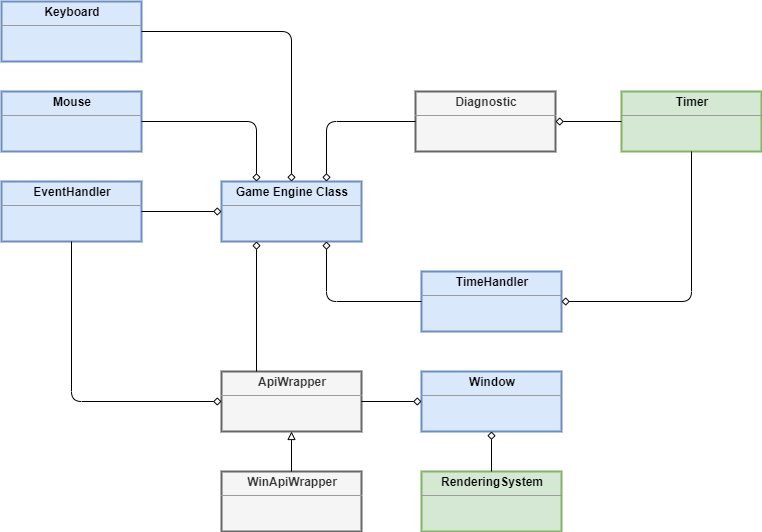
The draw.io diagram docs/images/uml-game-engine.png in Keshizin/tcc-bpmge, before a commit. Source tidied: cells renumbered, new cells last; positions are measured from the earlier drawing's top-left corner, leaving out a move shared by most shapes.
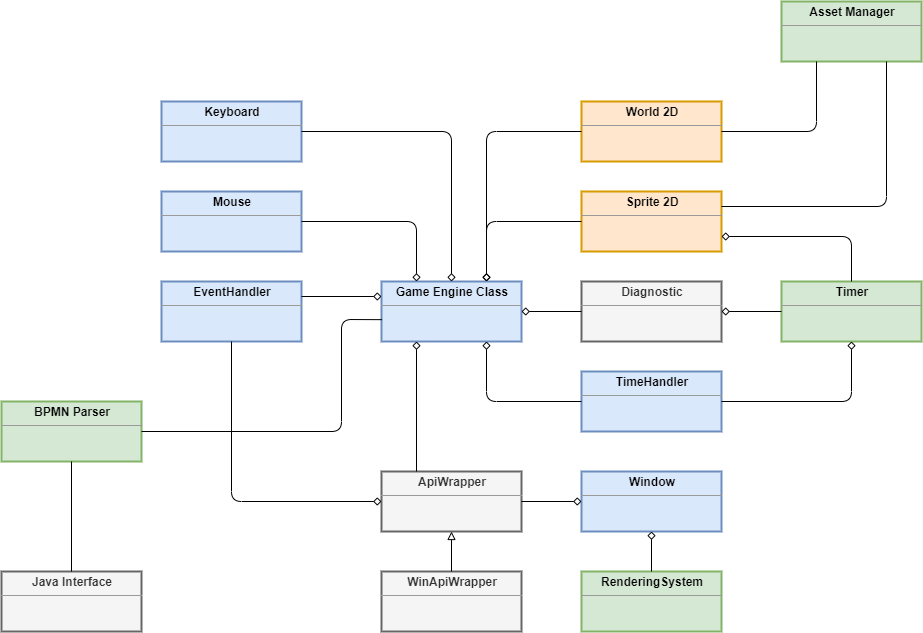
Above is the later version.

The edit, as a diff of the source:
```diff
@@ -15,18 +15,18 @@
       <mxGeometry y="180" width="140" height="60" as="geometry" />
     </mxCell>
     <mxCell id="6" value="&lt;p style=&quot;margin: 0px ; margin-top: 4px ; text-align: center&quot;&gt;&lt;b&gt;Diagnostic&lt;/b&gt;&lt;/p&gt;&lt;hr size=&quot;1&quot;&gt;&lt;div style=&quot;height: 2px&quot;&gt;&lt;/div&gt;" style="verticalAlign=top;align=left;overflow=fill;fontSize=12;fontFamily=Helvetica;html=1;fillColor=#f5f5f5;strokeColor=#666666;fontColor=#333333;strokeWidth=2;" parent="1" vertex="1">
-      <mxGeometry x="414" y="90" width="140" height="60" as="geometry" />
+      <mxGeometry x="420" y="180" width="140" height="60" as="geometry" />
     </mxCell>
     <mxCell id="7" value="&lt;p style=&quot;margin: 0px ; margin-top: 4px ; text-align: center&quot;&gt;&lt;b&gt;WinApiWrapper&lt;/b&gt;&lt;/p&gt;&lt;hr size=&quot;1&quot;&gt;&lt;div style=&quot;height: 2px&quot;&gt;&lt;/div&gt;" style="verticalAlign=top;align=left;overflow=fill;fontSize=12;fontFamily=Helvetica;html=1;fillColor=#f5f5f5;strokeColor=#666666;fontColor=#333333;strokeWidth=2;" parent="1" vertex="1">
       <mxGeometry x="220" y="470" width="140" height="60" as="geometry" />
     </mxCell>
     <mxCell id="8" value="&lt;p style=&quot;margin: 0px ; margin-top: 4px ; text-align: center&quot;&gt;&lt;b&gt;Timer&lt;/b&gt;&lt;/p&gt;&lt;hr size=&quot;1&quot;&gt;&lt;div style=&quot;height: 2px&quot;&gt;&lt;/div&gt;" style="verticalAlign=top;align=left;overflow=fill;fontSize=12;fontFamily=Helvetica;html=1;fillColor=#d5e8d4;strokeColor=#82b366;strokeWidth=2;" parent="1" vertex="1">
-      <mxGeometry x="620" y="90" width="140" height="60" as="geometry" />
+      <mxGeometry x="620" y="180" width="140" height="60" as="geometry" />
     </mxCell>
     <mxCell id="9" style="endArrow=diamond;html=1;exitX=0.25;exitY=0;exitDx=0;exitDy=0;endFill=0;entryX=0.25;entryY=1;entryDx=0;entryDy=0;" parent="1" edge="1" source="4" target="3">
       <mxGeometry relative="1" as="geometry" />
     </mxCell>
-    <mxCell id="10" style="endArrow=diamond;html=1;exitX=1;exitY=0.5;exitDx=0;exitDy=0;entryX=0;entryY=0.5;entryDx=0;entryDy=0;endFill=0;" parent="1" edge="1" source="5" target="3">
+    <mxCell id="10" style="endArrow=diamond;html=1;exitX=1;exitY=0.25;exitDx=0;exitDy=0;entryX=0;entryY=0.25;entryDx=0;entryDy=0;endFill=0;" parent="1" edge="1" source="5" target="3">
       <mxGeometry relative="1" as="geometry" />
     </mxCell>
     <mxCell id="11" style="endArrow=diamond;html=1;exitX=0;exitY=0.5;exitDx=0;exitDy=0;entryX=0.75;entryY=1;entryDx=0;entryDy=0;endFill=0;" parent="1" edge="1" source="2" target="3">
@@ -39,12 +39,8 @@
     <mxCell id="12" style="endArrow=block;html=1;exitX=0.5;exitY=0;exitDx=0;exitDy=0;entryX=0.5;entryY=1;entryDx=0;entryDy=0;endFill=0;" parent="1" edge="1" source="7" target="4">
       <mxGeometry relative="1" as="geometry" />
     </mxCell>
-    <mxCell id="13" style="endArrow=none;html=1;entryX=0;entryY=0.5;entryDx=0;entryDy=0;exitX=0.75;exitY=0;exitDx=0;exitDy=0;endFill=0;startArrow=diamond;startFill=0;" parent="1" edge="1" source="3" target="6">
-      <mxGeometry relative="1" as="geometry">
-        <Array as="points">
-          <mxPoint x="325" y="120" />
-        </Array>
-      </mxGeometry>
+    <mxCell id="13" style="endArrow=none;html=1;exitX=1;exitY=0.5;exitDx=0;exitDy=0;endFill=0;startArrow=diamond;startFill=0;entryX=0;entryY=0.5;entryDx=0;entryDy=0;" parent="1" edge="1" source="3" target="6">
+      <mxGeometry relative="1" as="geometry" />
     </mxCell>
     <mxCell id="14" style="endArrow=diamond;html=1;entryX=0;entryY=0.5;entryDx=0;entryDy=0;exitX=0.5;exitY=1;exitDx=0;exitDy=0;startArrow=none;startFill=0;endFill=0;" parent="1" edge="1" source="5" target="4">
       <mxGeometry relative="1" as="geometry">
@@ -79,7 +75,7 @@
     <mxCell id="20" value="&lt;p style=&quot;margin: 0px ; margin-top: 4px ; text-align: center&quot;&gt;&lt;b&gt;RenderingSystem&lt;/b&gt;&lt;/p&gt;&lt;hr size=&quot;1&quot;&gt;&lt;div style=&quot;height: 2px&quot;&gt;&lt;/div&gt;" style="verticalAlign=top;align=left;overflow=fill;fontSize=12;fontFamily=Helvetica;html=1;fillColor=#d5e8d4;strokeColor=#82b366;strokeWidth=2;" parent="1" vertex="1">
       <mxGeometry x="420" y="470" width="140" height="60" as="geometry" />
     </mxCell>
-    <mxCell id="21" style="endArrow=none;html=1;entryX=0.5;entryY=1;entryDx=0;entryDy=0;exitX=1;exitY=0.5;exitDx=0;exitDy=0;startArrow=diamond;startFill=0;" parent="1" edge="1" source="2" target="8">
+    <mxCell id="21" style="endArrow=diamond;html=1;entryX=0.5;entryY=1;entryDx=0;entryDy=0;exitX=1;exitY=0.5;exitDx=0;exitDy=0;startArrow=none;startFill=0;endFill=0;" parent="1" edge="1" source="2" target="8">
       <mxGeometry relative="1" as="geometry">
         <Array as="points">
           <mxPoint x="690" y="300" />
@@ -95,5 +91,66 @@
     <mxCell id="24" style="endArrow=diamond;html=1;exitX=0.5;exitY=0;exitDx=0;exitDy=0;entryX=0.5;entryY=1;entryDx=0;entryDy=0;startArrow=none;startFill=0;endFill=0;" parent="1" edge="1" source="20" target="22">
       <mxGeometry relative="1" as="geometry" />
     </mxCell>
+    <mxCell id="25" value="&lt;p style=&quot;margin: 0px ; margin-top: 4px ; text-align: center&quot;&gt;&lt;b&gt;Sprite 2D&lt;/b&gt;&lt;/p&gt;&lt;hr size=&quot;1&quot;&gt;&lt;div style=&quot;height: 2px&quot;&gt;&lt;/div&gt;" style="verticalAlign=top;align=left;overflow=fill;fontSize=12;fontFamily=Helvetica;html=1;fillColor=#ffe6cc;strokeColor=#d79b00;strokeWidth=2;" parent="1" vertex="1">
+      <mxGeometry x="420" y="90" width="140" height="60" as="geometry" />
+    </mxCell>
+    <mxCell id="26" value="&lt;p style=&quot;margin: 0px ; margin-top: 4px ; text-align: center&quot;&gt;&lt;b&gt;World 2D&lt;/b&gt;&lt;/p&gt;&lt;hr size=&quot;1&quot;&gt;&lt;div style=&quot;height: 2px&quot;&gt;&lt;/div&gt;" style="verticalAlign=top;align=left;overflow=fill;fontSize=12;fontFamily=Helvetica;html=1;fillColor=#ffe6cc;strokeColor=#d79b00;strokeWidth=2;" parent="1" vertex="1">
+      <mxGeometry x="420" width="140" height="60" as="geometry" />
+    </mxCell>
+    <mxCell id="27" value="&lt;p style=&quot;margin: 0px ; margin-top: 4px ; text-align: center&quot;&gt;&lt;b&gt;Asset Manager&lt;/b&gt;&lt;/p&gt;&lt;hr size=&quot;1&quot;&gt;&lt;div style=&quot;height: 2px&quot;&gt;&lt;/div&gt;" style="verticalAlign=top;align=left;overflow=fill;fontSize=12;fontFamily=Helvetica;html=1;fillColor=#d5e8d4;strokeColor=#82b366;strokeWidth=2;" parent="1" vertex="1">
+      <mxGeometry x="620" y="-100" width="140" height="60" as="geometry" />
+    </mxCell>
+    <mxCell id="28" style="endArrow=none;html=1;entryX=0;entryY=0.5;entryDx=0;entryDy=0;exitX=0.75;exitY=0;exitDx=0;exitDy=0;startArrow=diamond;startFill=0;" parent="1" edge="1" source="3" target="25">
+      <mxGeometry relative="1" as="geometry">
+        <Array as="points">
+          <mxPoint x="325" y="120" />
+        </Array>
+      </mxGeometry>
+    </mxCell>
+    <mxCell id="29" style="endArrow=none;html=1;entryX=0;entryY=0.5;entryDx=0;entryDy=0;exitX=0.75;exitY=0;exitDx=0;exitDy=0;startArrow=diamond;startFill=0;" parent="1" edge="1" source="3" target="26">
+      <mxGeometry relative="1" as="geometry">
+        <Array as="points">
+          <mxPoint x="325" y="30" />
+        </Array>
+      </mxGeometry>
+    </mxCell>
+    <mxCell id="30" style="endArrow=none;html=1;entryX=0.25;entryY=1;entryDx=0;entryDy=0;exitX=1;exitY=0.5;exitDx=0;exitDy=0;startArrow=none;startFill=0;" parent="1" edge="1" source="26" target="27">
+      <mxGeometry relative="1" as="geometry">
+        <Array as="points">
+          <mxPoint x="655" y="30" />
+        </Array>
+      </mxGeometry>
+    </mxCell>
+    <mxCell id="31" style="endArrow=none;html=1;entryX=0.5;entryY=0;entryDx=0;entryDy=0;exitX=1;exitY=0.75;exitDx=0;exitDy=0;startArrow=diamond;startFill=0;" parent="1" edge="1" source="25" target="8">
+      <mxGeometry relative="1" as="geometry">
+        <Array as="points">
+          <mxPoint x="690" y="135" />
+        </Array>
+      </mxGeometry>
+    </mxCell>
+    <mxCell id="32" style="endArrow=none;html=1;entryX=0.75;entryY=1;entryDx=0;entryDy=0;exitX=1;exitY=0.25;exitDx=0;exitDy=0;startArrow=none;startFill=0;" parent="1" edge="1" source="25" target="27">
+      <mxGeometry relative="1" as="geometry">
+        <Array as="points">
+          <mxPoint x="725" y="105" />
+        </Array>
+      </mxGeometry>
+    </mxCell>
+    <mxCell id="33" value="&lt;p style=&quot;margin: 0px ; margin-top: 4px ; text-align: center&quot;&gt;&lt;b&gt;BPMN Parser&lt;/b&gt;&lt;/p&gt;&lt;hr size=&quot;1&quot;&gt;&lt;div style=&quot;height: 2px&quot;&gt;&lt;/div&gt;" style="verticalAlign=top;align=left;overflow=fill;fontSize=12;fontFamily=Helvetica;html=1;fillColor=#d5e8d4;strokeColor=#82b366;strokeWidth=2;" parent="1" vertex="1">
+      <mxGeometry x="-160" y="300" width="140" height="60" as="geometry" />
+    </mxCell>
+    <mxCell id="34" style="endArrow=none;html=1;exitX=1;exitY=0.5;exitDx=0;exitDy=0;entryX=0.004;entryY=0.636;entryDx=0;entryDy=0;entryPerimeter=0;" parent="1" edge="1" source="33" target="3">
+      <mxGeometry relative="1" as="geometry">
+        <Array as="points">
+          <mxPoint x="180" y="330" />
+          <mxPoint x="180" y="218" />
+        </Array>
+      </mxGeometry>
+    </mxCell>
+    <mxCell id="35" value="&lt;p style=&quot;margin: 0px ; margin-top: 4px ; text-align: center&quot;&gt;&lt;b&gt;Java Interface&lt;/b&gt;&lt;/p&gt;&lt;hr size=&quot;1&quot;&gt;&lt;div style=&quot;height: 2px&quot;&gt;&lt;/div&gt;" style="verticalAlign=top;align=left;overflow=fill;fontSize=12;fontFamily=Helvetica;html=1;fillColor=#f5f5f5;strokeColor=#666666;strokeWidth=2;fontColor=#333333;" parent="1" vertex="1">
+      <mxGeometry x="-160" y="470" width="140" height="60" as="geometry" />
+    </mxCell>
+    <mxCell id="36" style="endArrow=none;html=1;exitX=0.5;exitY=0;exitDx=0;exitDy=0;entryX=0.5;entryY=1;entryDx=0;entryDy=0;" parent="1" edge="1" source="35" target="33">
+      <mxGeometry relative="1" as="geometry" />
+    </mxCell>
   </root>
 </mxGraphModel>
```
